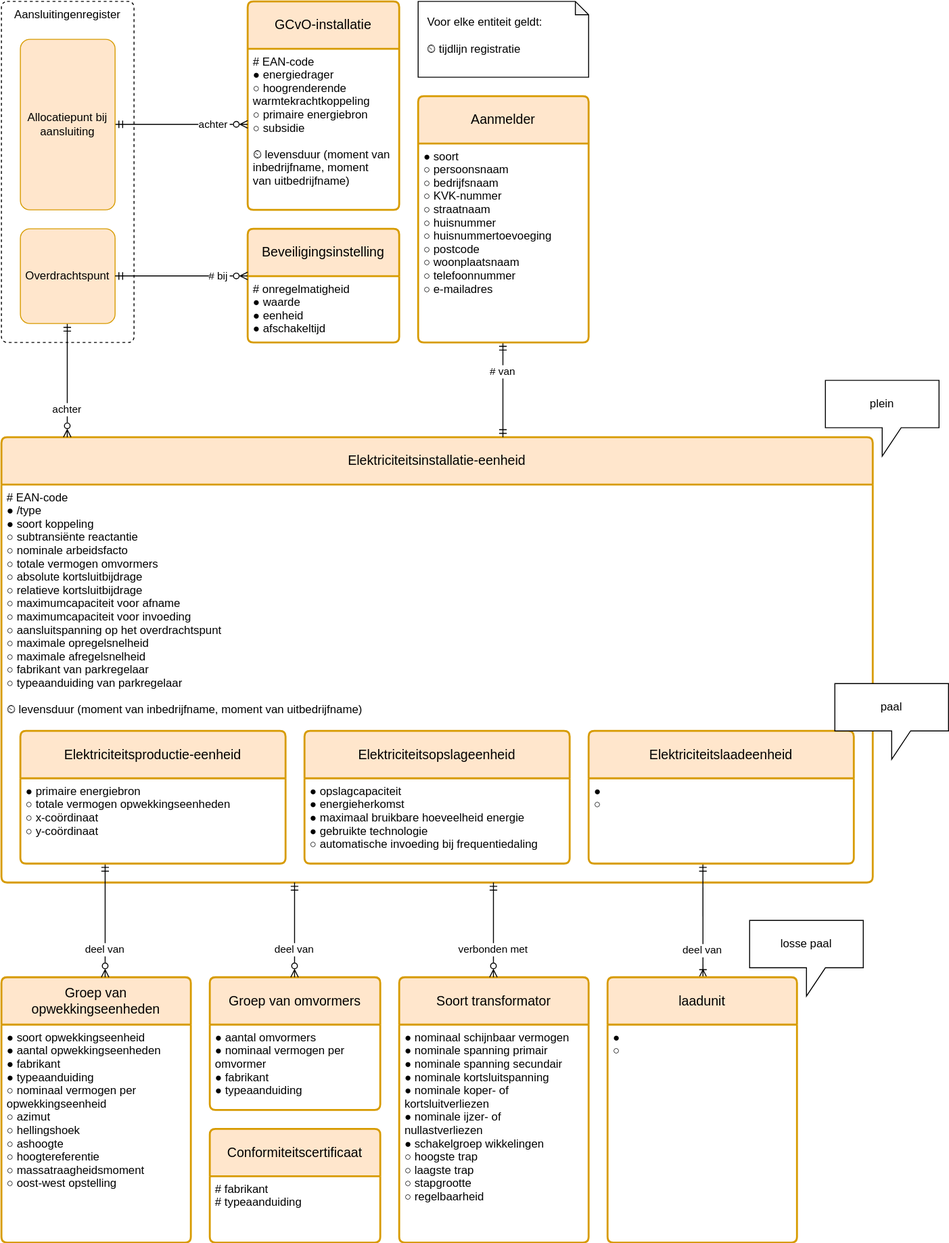
Netbeheer-Nederland/stelsel keeps this draw.io diagram as registers/installatieregister/1.1/installatieregister.drawio.svg. Above is the earlier version. Source tidied: cells renumbered, new cells last; positions are measured from the earlier drawing's top-left corner, leaving out a move shared by most shapes.
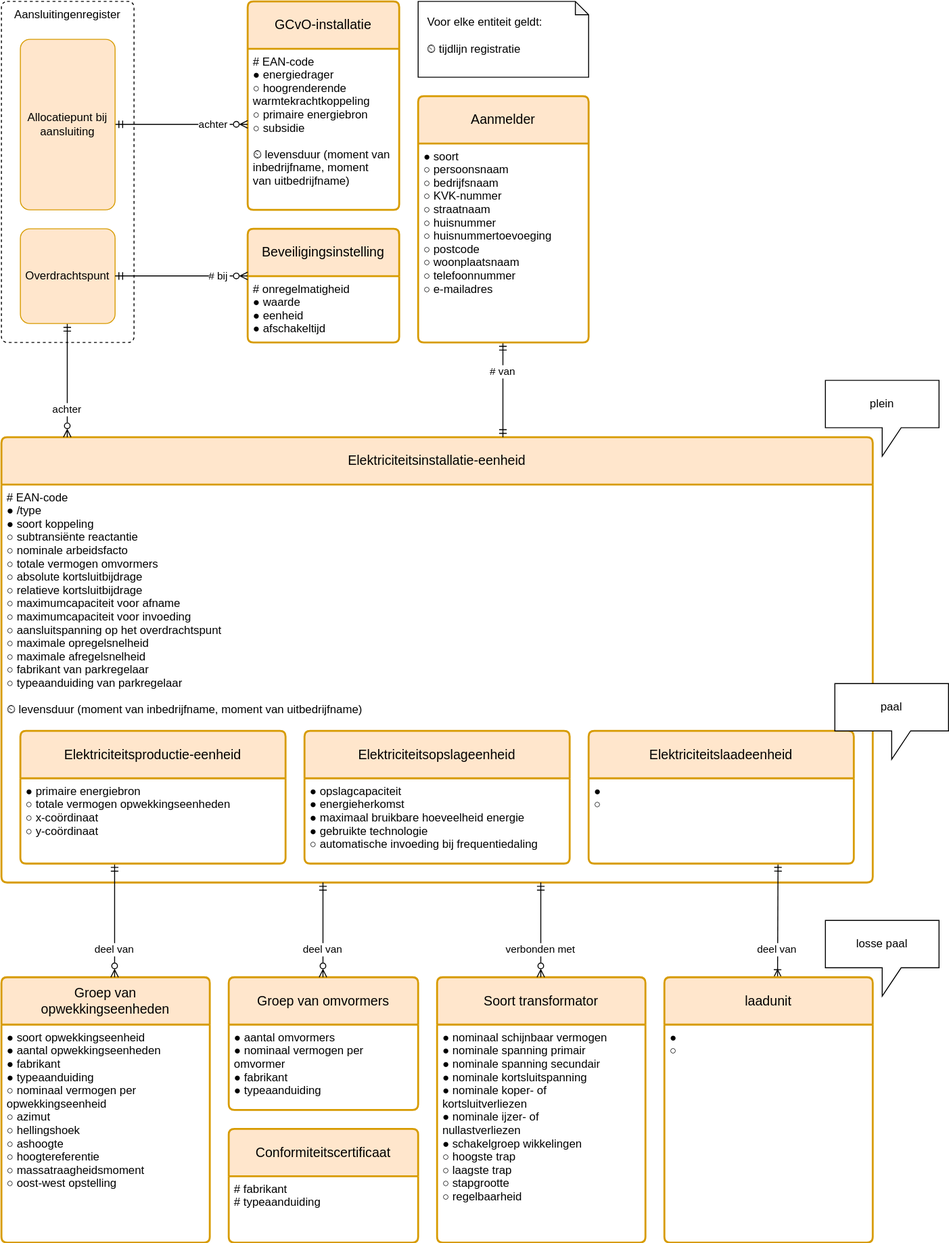
After the commit.

The edit, as a diff of the source:
```diff
@@ -21,16 +21,16 @@
       <mxGeometry y="50" width="920" height="420" as="geometry" />
     </mxCell>
     <mxCell id="8" value="Groep van opwekkingseenheden" style="swimlane;horizontal=1;startSize=50;rounded=1;fontSize=14;fontStyle=0;strokeWidth=2;shadow=0;dashed=0;align=center;fillColor=#ffe6cc;strokeColor=#d79b00;arcSize=4;whiteSpace=wrap;spacing=10;" parent="1" vertex="1">
-      <mxGeometry y="1030" width="200" height="280" as="geometry" />
+      <mxGeometry y="1030" width="220" height="280" as="geometry" />
     </mxCell>
     <mxCell id="9" value="● soort opwekkingseenheid &#10;● aantal opwekkingseenheden&#10;● fabrikant&#10;● typeaanduiding&#10;○ nominaal vermogen per&#10;   opwekkingseenheid&#10;○ azimut&#10;○ hellingshoek&#10;○ ashoogte&#10;○ hoogtereferentie&#10;○ massatraagheidsmoment&#10;○ oost-west opstelling&#10;" style="align=left;strokeColor=none;fillColor=none;spacingLeft=4;fontSize=12;verticalAlign=top;" parent="8" vertex="1">
-      <mxGeometry y="50" width="200" height="230" as="geometry" />
+      <mxGeometry y="50" width="220" height="230" as="geometry" />
     </mxCell>
     <mxCell id="10" value="Soort transformator" style="swimlane;horizontal=1;startSize=50;rounded=1;fontSize=14;fontStyle=0;strokeWidth=2;shadow=0;dashed=0;align=center;fillColor=#ffe6cc;strokeColor=#d79b00;arcSize=4;whiteSpace=wrap;spacing=10;" parent="1" vertex="1">
-      <mxGeometry x="420" y="1030" width="200" height="280" as="geometry" />
+      <mxGeometry x="460" y="1030" width="220" height="280" as="geometry" />
     </mxCell>
     <mxCell id="11" value="● nominaal schijnbaar vermogen&#10;● nominale spanning primair&#10;● nominale spanning secundair&#10;● nominale kortsluitspanning&#10;● nominale koper- of&#10;   kortsluitverliezen&#10;● nominale ijzer- of&#10;   nullastverliezen&#10;● schakelgroep wikkelingen&#10;○ hoogste trap&#10;○ laagste trap&#10;○ stapgrootte&#10;○ regelbaarheid" style="align=left;strokeColor=none;fillColor=none;spacingLeft=4;fontSize=12;verticalAlign=top;" parent="10" vertex="1">
-      <mxGeometry y="50" width="200" height="230" as="geometry" />
+      <mxGeometry y="50" width="220" height="230" as="geometry" />
     </mxCell>
     <mxCell id="12" value="deel van" style="endArrow=ERzeroToMany;rounded=0;startArrow=ERmandOne;startFill=0;endFill=0;edgeStyle=elbowEdgeStyle;align=center;" parent="1" edge="1" source="13" target="8">
       <mxGeometry x="0.5" relative="1" as="geometry" />
@@ -57,10 +57,10 @@
       <mxGeometry x="20" y="240" width="100" height="100" as="geometry" />
     </mxCell>
     <mxCell id="20" value="Conformiteitscertificaat" style="swimlane;horizontal=1;startSize=50;rounded=1;fontSize=14;fontStyle=0;strokeWidth=2;shadow=0;dashed=0;align=center;fillColor=#ffe6cc;strokeColor=#d79b00;arcSize=4;whiteSpace=wrap;spacing=10;" parent="1" vertex="1">
-      <mxGeometry x="220" y="1190" width="180" height="120" as="geometry" />
+      <mxGeometry x="240" y="1190" width="200" height="120" as="geometry" />
     </mxCell>
     <mxCell id="21" value="# fabrikant&#10;# typeaanduiding" style="align=left;strokeColor=none;fillColor=none;spacingLeft=4;fontSize=12;verticalAlign=top;" parent="20" vertex="1">
-      <mxGeometry y="50" width="180" height="70" as="geometry" />
+      <mxGeometry y="50" width="200" height="70" as="geometry" />
     </mxCell>
     <mxCell id="22" value="Allocatiepunt bij aansluiting" style="rounded=1;arcSize=10;whiteSpace=wrap;align=center;fillColor=#ffe6cc;strokeColor=#d79b00;" parent="1" vertex="1">
       <mxGeometry x="20" y="40" width="100" height="180" as="geometry" />
@@ -75,10 +75,10 @@
       <mxGeometry x="0.73" relative="1" as="geometry" />
     </mxCell>
     <mxCell id="26" value="Groep van omvormers" style="swimlane;horizontal=1;startSize=50;rounded=1;fontSize=14;fontStyle=0;strokeWidth=2;shadow=0;dashed=0;align=center;fillColor=#ffe6cc;strokeColor=#d79b00;arcSize=4;whiteSpace=wrap;spacing=10;" parent="1" vertex="1">
-      <mxGeometry x="220" y="1030" width="180" height="140" as="geometry" />
+      <mxGeometry x="240" y="1030" width="200" height="140" as="geometry" />
     </mxCell>
     <mxCell id="27" value="● aantal omvormers&#10;● nominaal vermogen per&#10;   omvormer&#10;● fabrikant&#10;● typeaanduiding" style="align=left;strokeColor=none;fillColor=none;spacingLeft=4;fontSize=12;verticalAlign=top;" parent="26" vertex="1">
-      <mxGeometry y="50" width="180" height="90" as="geometry" />
+      <mxGeometry y="50" width="200" height="90" as="geometry" />
     </mxCell>
     <mxCell id="28" value="deel van" style="endArrow=ERzeroToMany;rounded=0;startArrow=ERmandOne;startFill=0;endFill=0;align=center;edgeStyle=elbowEdgeStyle;" parent="1" edge="1" source="6" target="26">
       <mxGeometry x="0.4" relative="1" as="geometry" />
@@ -98,8 +98,11 @@
     <mxCell id="33" value="● soort &#10;○ persoonsnaam &#10;○ bedrijfsnaam&#10;○ KVK-nummer&#10;○ straatnaam&#10;○ huisnummer&#10;○ huisnummertoevoeging&#10;○ postcode&#10;○ woonplaatsnaam&#10;○ telefoonnummer&#10;○ e-mailadres" style="align=left;strokeColor=none;fillColor=none;spacingLeft=4;fontSize=12;verticalAlign=top;" parent="32" vertex="1">
       <mxGeometry y="50" width="180" height="210" as="geometry" />
     </mxCell>
-    <mxCell id="34" style="edgeStyle=elbowEdgeStyle;html=1;endArrow=ERoneToMany;endFill=0;startArrow=ERmandOne;startFill=0;exitX=0.431;exitY=1;exitDx=0;exitDy=0;exitPerimeter=0;" parent="1" edge="1" source="39" target="36">
-      <mxGeometry relative="1" as="geometry" />
+    <mxCell id="34" style="edgeStyle=elbowEdgeStyle;html=1;endArrow=ERoneToMany;endFill=0;startArrow=ERmandOne;startFill=0;exitX=0.431;exitY=1;exitDx=0;exitDy=0;exitPerimeter=0;" parent="1" edge="1">
+      <mxGeometry relative="1" as="geometry">
+        <mxPoint x="820" y="910" as="sourcePoint" />
+        <mxPoint x="820.1" y="1030" as="targetPoint" />
+      </mxGeometry>
     </mxCell>
     <mxCell id="35" value="deel van" style="edgeLabel;align=center;verticalAlign=middle;" parent="34" vertex="1">
       <mxGeometry x="0.16" y="-1" relative="1" as="geometry">
@@ -107,10 +110,10 @@
       </mxGeometry>
     </mxCell>
     <mxCell id="36" value="laadunit" style="swimlane;horizontal=1;startSize=50;rounded=1;fontSize=14;fontStyle=0;strokeWidth=2;shadow=0;dashed=0;align=center;fillColor=#ffe6cc;strokeColor=#d79b00;arcSize=4;whiteSpace=wrap;spacing=10;" parent="1" vertex="1">
-      <mxGeometry x="640" y="1030" width="200" height="280" as="geometry" />
+      <mxGeometry x="700" y="1030" width="220" height="280" as="geometry" />
     </mxCell>
     <mxCell id="37" value="● &#10;○ " style="align=left;strokeColor=none;fillColor=none;spacingLeft=4;fontSize=12;verticalAlign=top;" parent="36" vertex="1">
-      <mxGeometry y="50" width="200" height="230" as="geometry" />
+      <mxGeometry y="50" width="220" height="230" as="geometry" />
     </mxCell>
     <mxCell id="38" value="Elektriciteitslaadeenheid" style="swimlane;horizontal=1;startSize=50;rounded=1;fontSize=14;fontStyle=0;strokeWidth=2;shadow=0;dashed=0;align=center;fillColor=#ffe6cc;strokeColor=#d79b00;arcSize=4;whiteSpace=wrap;spacing=10;" parent="1" vertex="1">
       <mxGeometry x="620" y="770" width="280" height="140" as="geometry" />
@@ -128,7 +131,7 @@
       <mxGeometry x="880" y="720" width="120" height="80" as="geometry" />
     </mxCell>
     <mxCell id="43" value="losse paal" style="shape=callout;whiteSpace=wrap;html=1;perimeter=calloutPerimeter;" parent="1" vertex="1">
-      <mxGeometry x="790" y="970" width="120" height="80" as="geometry" />
+      <mxGeometry x="870" y="970" width="120" height="80" as="geometry" />
     </mxCell>
   </root>
 </mxGraphModel>
```
